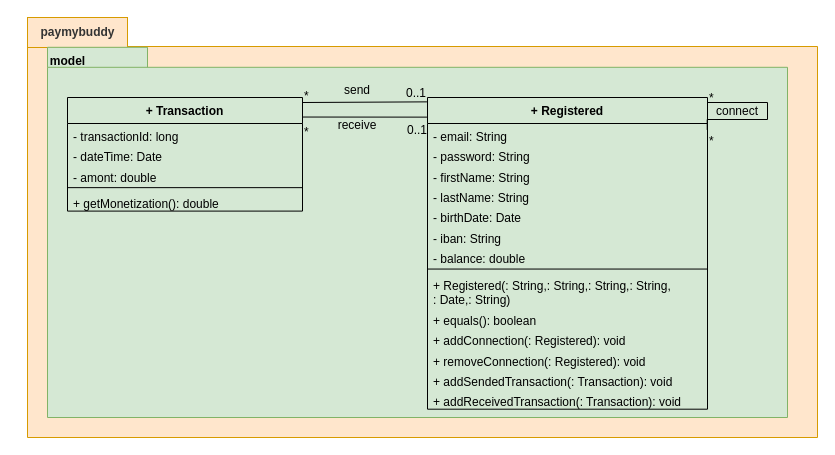
emmo78/com.paymybuddy.paymybuddy keeps this draw.io diagram as page "Model classes" (2 of 3) of UML/payMyBuddyUML.drawio. Above is the earlier version. Source tidied: cells renumbered, new cells numbered last; positions are measured from the earlier drawing's top-left corner, leaving out a move shared by most shapes. Both pictures are drawn from the tidied source at 100%, with x=0, y=0 at pixel (17, 17).
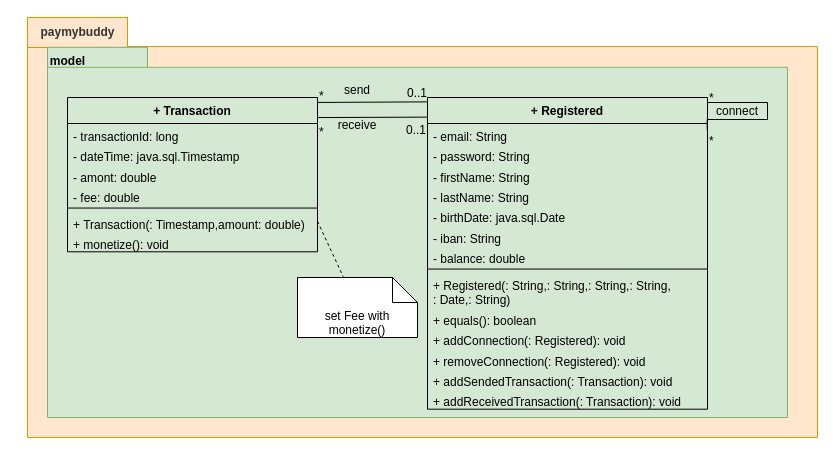
After the change.

Commit message (it also covers changes not shown here):
wip : change java.util.Date for sql.Date (use with LocalDate), Timestamp (use with LocalDatime)

Unchanged cells that the change refers to:
```xml
<mxCell id="6" value="+ Registered" style="swimlane;fontStyle=1;align=center;verticalAlign=top;horizontal=1;startSize=26;fillColor=#d5e8d4;strokeColor=#000000;" parent="1" vertex="1">
  <mxGeometry x="410" y="80" width="280" height="311.7" as="geometry" />
</mxCell>
```

What changed in the source:
```diff
@@
-    <mxCell id="11" value="- birthDate: Date" style="text;strokeColor=none;fillColor=none;align=left;verticalAlign=top;spacingLeft=4;spacingRight=4;overflow=hidden;" parent="6" vertex="1">
+    <mxCell id="11" value="- birthDate: java.sql.Date" style="text;strokeColor=none;fillColor=none;align=left;verticalAlign=top;spacingLeft=4;spacingRight=4;overflow=hidden;" parent="6" vertex="1">
       <mxGeometry y="107.4" width="280" height="20.3" as="geometry" />
     </mxCell>
@@
     <mxCell id="21" value="+ Transaction" style="swimlane;fontStyle=1;align=center;verticalAlign=top;horizontal=1;startSize=26;fillColor=#d5e8d4;strokeColor=#000000;" parent="1" vertex="1">
-      <mxGeometry x="50" y="80" width="235" height="113.6" as="geometry" />
+      <mxGeometry x="50" y="80" width="250" height="154.3" as="geometry" />
     </mxCell>
     <mxCell id="22" value="- transactionId: long" style="text;strokeColor=none;fillColor=none;align=left;verticalAlign=top;spacingLeft=4;spacingRight=4;overflow=hidden;" parent="21" vertex="1">
-      <mxGeometry y="26" width="235" height="20.3" as="geometry" />
+      <mxGeometry y="26" width="250" height="20.3" as="geometry" />
     </mxCell>
-    <mxCell id="23" value="- dateTime: Date" style="text;strokeColor=none;fillColor=none;align=left;verticalAlign=top;spacingLeft=4;spacingRight=4;overflow=hidden;" parent="21" vertex="1">
-      <mxGeometry y="46.3" width="235" height="20.3" as="geometry" />
+    <mxCell id="23" value="- dateTime: java.sql.Timestamp" style="text;strokeColor=none;fillColor=none;align=left;verticalAlign=top;spacingLeft=4;spacingRight=4;overflow=hidden;" parent="21" vertex="1">
+      <mxGeometry y="46.3" width="250" height="20.3" as="geometry" />
     </mxCell>
     <mxCell id="24" value="- amont: double" style="text;strokeColor=none;fillColor=none;align=left;verticalAlign=top;spacingLeft=4;spacingRight=4;overflow=hidden;" parent="21" vertex="1">
-      <mxGeometry y="66.7" width="235" height="20.3" as="geometry" />
+      <mxGeometry y="66.7" width="250" height="20.3" as="geometry" />
     </mxCell>
+    <mxCell id="39" value="- fee: double" style="text;strokeColor=none;fillColor=none;align=left;verticalAlign=top;spacingLeft=4;spacingRight=4;overflow=hidden;" parent="21" vertex="1">
+      <mxGeometry y="87" width="250" height="20.3" as="geometry" />
+    </mxCell>
     <mxCell id="25" style="line;strokeWidth=1;fillColor=none;align=left;verticalAlign=middle;spacingTop=-1;spacingLeft=3;spacingRight=3;labelPosition=right;" parent="21" vertex="1">
-      <mxGeometry y="87" width="235" height="6.3" as="geometry" />
+      <mxGeometry y="107.4" width="250" height="6.3" as="geometry" />
     </mxCell>
-    <mxCell id="26" value="+ getMonetization(): double" style="text;strokeColor=none;fillColor=none;align=left;verticalAlign=top;spacingLeft=4;spacingRight=4;overflow=hidden;points=[[0,0.5],[1,0.5]];portConstraint=eastwest;" parent="21" vertex="1">
-      <mxGeometry y="93.3" width="235" height="20.3" as="geometry" />
+    <mxCell id="26" value="+ Transaction(: Timestamp,amount: double)" style="text;strokeColor=none;fillColor=none;align=left;verticalAlign=top;spacingLeft=4;spacingRight=4;overflow=hidden;points=[[0,0.5],[1,0.5]];portConstraint=eastwest;" parent="21" vertex="1">
+      <mxGeometry y="113.6" width="250" height="20.3" as="geometry" />
     </mxCell>
+    <mxCell id="40" value="+ monetize(): void" style="text;strokeColor=none;fillColor=none;align=left;verticalAlign=top;spacingLeft=4;spacingRight=4;overflow=hidden;" parent="21" vertex="1">
+      <mxGeometry y="134" width="250" height="20.3" as="geometry" />
+    </mxCell>
@@
-    <mxCell id="32" style="endArrow=none;html=1;rounded=0;align=center;verticalAlign=top;endFill=0;labelBackgroundColor=none;entryX=-0.002;entryY=0.014;entryDx=0;entryDy=0;strokeColor=#000000;entryPerimeter=0;exitX=1.002;exitY=0.044;exitDx=0;exitDy=0;exitPerimeter=0;" parent="1" edge="1" source="21" target="6">
+    <mxCell id="32" style="endArrow=none;html=1;rounded=0;align=center;verticalAlign=top;endFill=0;labelBackgroundColor=none;entryX=-0.002;entryY=0.014;entryDx=0;entryDy=0;strokeColor=#000000;entryPerimeter=0;exitX=0.999;exitY=0.032;exitDx=0;exitDy=0;exitPerimeter=0;" parent="1" edge="1" source="21" target="6">
       <mxGeometry relative="1" as="geometry" />
     </mxCell>
@@
-    <mxCell id="35" style="endArrow=none;html=1;rounded=0;align=center;verticalAlign=top;endFill=0;labelBackgroundColor=none;strokeColor=#000000;exitX=0.998;exitY=0.172;exitDx=0;exitDy=0;exitPerimeter=0;entryX=-0.002;entryY=0.063;entryDx=0;entryDy=0;entryPerimeter=0;" parent="1" edge="1" source="21" target="6">
+    <mxCell id="35" style="endArrow=none;html=1;rounded=0;align=center;verticalAlign=top;endFill=0;labelBackgroundColor=none;strokeColor=#000000;entryX=-0.002;entryY=0.063;entryDx=0;entryDy=0;entryPerimeter=0;exitX=0.998;exitY=0.13;exitDx=0;exitDy=0;exitPerimeter=0;" parent="1" edge="1" source="21" target="6">
       <mxGeometry relative="1" as="geometry" />
     </mxCell>
@@
+    <mxCell id="41" value="set Fee with monetize()" style="shape=note2;boundedLbl=1;whiteSpace=wrap;html=1;size=25;verticalAlign=top;align=center;" parent="1" vertex="1">
+      <mxGeometry x="280" y="260" width="120" height="60" as="geometry" />
+    </mxCell>
+    <mxCell id="42" style="endArrow=none;dashed=1;html=1;rounded=0;exitX=1;exitY=0.5;exitDx=0;exitDy=0;" parent="1" edge="1" source="26" target="41">
+      <mxGeometry relative="1" as="geometry" />
+    </mxCell>
```
